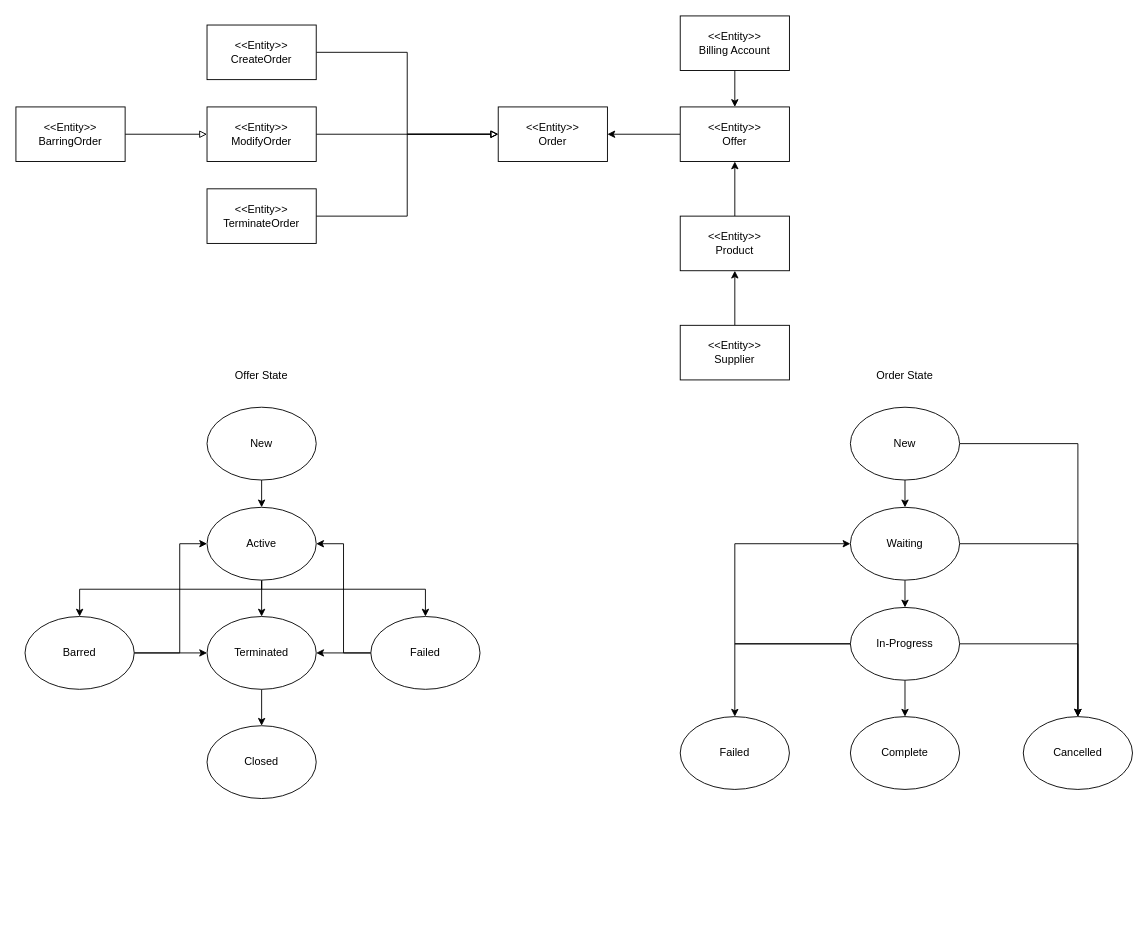
This is page "Order" (3 of 8) of CRM Model.drawio from cmtr/cmtr-crm, a draw.io file, before an edit. Source tidied: cells renumbered, new cells numbered last; positions are measured from the earlier drawing's top-left corner, leaving out a move shared by most shapes. Both pictures are drawn from the tidied source at 91%, with x=0, y=0 at pixel (15, 15).
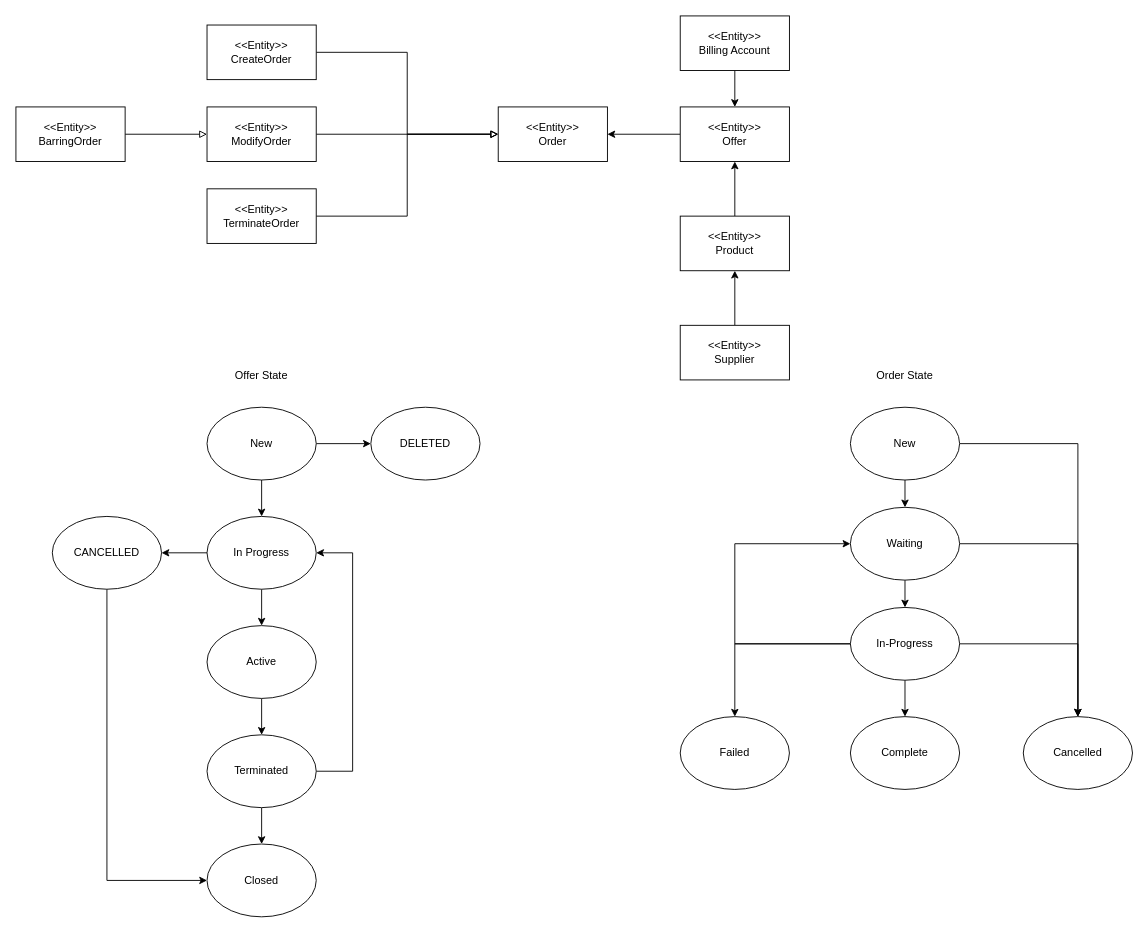
Above is the later version.

Unchanged cells that the change refers to:
```xml
<mxCell id="10" value="New" style="ellipse;whiteSpace=wrap;html=1;" parent="1" vertex="1">
  <mxGeometry x="210" y="430" width="120" height="80" as="geometry" />
</mxCell>
```

Change to the diagram source:
```diff
@@
-    <mxCell id="9" style="edgeStyle=orthogonalEdgeStyle;rounded=0;jettySize=auto;html=1;exitX=0.5;exitY=1;exitDx=0;exitDy=0;entryX=0.5;entryY=0;entryDx=0;entryDy=0;" parent="1" edge="1" source="10" target="22">
+    <mxCell id="9" style="edgeStyle=orthogonalEdgeStyle;rounded=0;jettySize=auto;html=1;exitX=0.5;exitY=1;exitDx=0;exitDy=0;entryX=0.5;entryY=0;entryDx=0;entryDy=0;" parent="1" edge="1" source="10" target="55">
       <mxGeometry relative="1" as="geometry" />
     </mxCell>
+    <mxCell id="50" style="edgeStyle=orthogonalEdgeStyle;rounded=0;jettySize=auto;html=1;" parent="1" edge="1" source="10" target="52">
+      <mxGeometry relative="1" as="geometry" />
+    </mxCell>
@@
+    <mxCell id="51" style="edgeStyle=orthogonalEdgeStyle;rounded=0;jettySize=auto;html=1;exitX=1;exitY=0.5;exitDx=0;exitDy=0;entryX=1;entryY=0.5;entryDx=0;entryDy=0;" parent="1" edge="1" source="18" target="55">
+      <mxGeometry relative="1" as="geometry">
+        <Array as="points">
+          <mxPoint x="370" y="830" />
+          <mxPoint x="370" y="590" />
+        </Array>
+      </mxGeometry>
+    </mxCell>
     <mxCell id="18" value="Terminated" style="ellipse;whiteSpace=wrap;html=1;" parent="1" vertex="1">
-      <mxGeometry x="210" y="660" width="120" height="80" as="geometry" />
+      <mxGeometry x="210" y="790" width="120" height="80" as="geometry" />
     </mxCell>
@@
-    <mxCell id="20" style="edgeStyle=orthogonalEdgeStyle;rounded=0;jettySize=auto;html=1;exitX=0.5;exitY=1;exitDx=0;exitDy=0;entryX=0.5;entryY=0;entryDx=0;entryDy=0;endArrow=classic;endFill=1;" parent="1" edge="1" source="22" target="45">
-      <mxGeometry relative="1" as="geometry">
-        <Array as="points">
-          <mxPoint x="270" y="630" />
-          <mxPoint x="70" y="630" />
-        </Array>
-      </mxGeometry>
-    </mxCell>
-    <mxCell id="21" style="edgeStyle=orthogonalEdgeStyle;rounded=0;jettySize=auto;html=1;exitX=0.5;exitY=1;exitDx=0;exitDy=0;entryX=0.5;entryY=0;entryDx=0;entryDy=0;" parent="1" edge="1" source="22" target="34">
-      <mxGeometry relative="1" as="geometry">
-        <Array as="points">
-          <mxPoint x="270" y="630" />
-          <mxPoint x="450" y="630" />
-        </Array>
-      </mxGeometry>
-    </mxCell>
     <mxCell id="22" value="Active" style="ellipse;whiteSpace=wrap;html=1;" parent="1" vertex="1">
-      <mxGeometry x="210" y="540" width="120" height="80" as="geometry" />
+      <mxGeometry x="210" y="670" width="120" height="80" as="geometry" />
     </mxCell>
@@
-    <mxCell id="32" style="edgeStyle=orthogonalEdgeStyle;rounded=0;jettySize=auto;html=1;exitX=0;exitY=0.5;exitDx=0;exitDy=0;" parent="1" edge="1" source="34" target="18">
-      <mxGeometry relative="1" as="geometry" />
-    </mxCell>
-    <mxCell id="33" style="edgeStyle=orthogonalEdgeStyle;rounded=0;jettySize=auto;html=1;exitX=0;exitY=0.5;exitDx=0;exitDy=0;entryX=1;entryY=0.5;entryDx=0;entryDy=0;" parent="1" edge="1" source="34" target="22">
-      <mxGeometry relative="1" as="geometry" />
-    </mxCell>
-    <mxCell id="34" value="Failed" style="ellipse;whiteSpace=wrap;html=1;" parent="1" vertex="1">
-      <mxGeometry x="390" y="660" width="120" height="80" as="geometry" />
-    </mxCell>
@@
     <mxCell id="42" value="Closed" style="ellipse;whiteSpace=wrap;html=1;" parent="1" vertex="1">
-      <mxGeometry x="210" y="780" width="120" height="80" as="geometry" />
+      <mxGeometry x="210" y="910" width="120" height="80" as="geometry" />
     </mxCell>
-    <mxCell id="43" style="edgeStyle=orthogonalEdgeStyle;rounded=0;jettySize=auto;html=1;exitX=1;exitY=0.5;exitDx=0;exitDy=0;entryX=0;entryY=0.5;entryDx=0;entryDy=0;endArrow=classic;endFill=1;" parent="1" edge="1" source="45" target="18">
-      <mxGeometry relative="1" as="geometry" />
-    </mxCell>
-    <mxCell id="44" style="edgeStyle=orthogonalEdgeStyle;rounded=0;jettySize=auto;html=1;exitX=1;exitY=0.5;exitDx=0;exitDy=0;entryX=0;entryY=0.5;entryDx=0;entryDy=0;endArrow=classic;endFill=1;" parent="1" edge="1" source="45" target="22">
-      <mxGeometry relative="1" as="geometry">
-        <Array as="points">
-          <mxPoint x="180" y="700" />
-          <mxPoint x="180" y="580" />
-        </Array>
-      </mxGeometry>
-    </mxCell>
-    <mxCell id="45" value="Barred" style="ellipse;whiteSpace=wrap;html=1;" parent="1" vertex="1">
-      <mxGeometry x="10" y="660" width="120" height="80" as="geometry" />
-    </mxCell>
@@
+    <mxCell id="52" value="DELETED" style="ellipse;whiteSpace=wrap;html=1;" parent="1" vertex="1">
+      <mxGeometry x="390" y="430" width="120" height="80" as="geometry" />
+    </mxCell>
+    <mxCell id="53" style="edgeStyle=orthogonalEdgeStyle;rounded=0;jettySize=auto;html=1;exitX=0.5;exitY=1;exitDx=0;exitDy=0;entryX=0.5;entryY=0;entryDx=0;entryDy=0;" parent="1" edge="1" source="55" target="22">
+      <mxGeometry relative="1" as="geometry" />
+    </mxCell>
+    <mxCell id="54" style="edgeStyle=orthogonalEdgeStyle;rounded=0;jettySize=auto;html=1;exitX=0;exitY=0.5;exitDx=0;exitDy=0;entryX=1;entryY=0.5;entryDx=0;entryDy=0;" parent="1" edge="1" source="55" target="57">
+      <mxGeometry relative="1" as="geometry" />
+    </mxCell>
+    <mxCell id="55" value="In Progress" style="ellipse;whiteSpace=wrap;html=1;" parent="1" vertex="1">
+      <mxGeometry x="210" y="550" width="120" height="80" as="geometry" />
+    </mxCell>
+    <mxCell id="56" style="edgeStyle=orthogonalEdgeStyle;rounded=0;jettySize=auto;html=1;exitX=0.5;exitY=1;exitDx=0;exitDy=0;entryX=0;entryY=0.5;entryDx=0;entryDy=0;" parent="1" edge="1" source="57" target="42">
+      <mxGeometry relative="1" as="geometry" />
+    </mxCell>
+    <mxCell id="57" value="CANCELLED" style="ellipse;whiteSpace=wrap;html=1;" parent="1" vertex="1">
+      <mxGeometry x="40" y="550" width="120" height="80" as="geometry" />
+    </mxCell>
```
